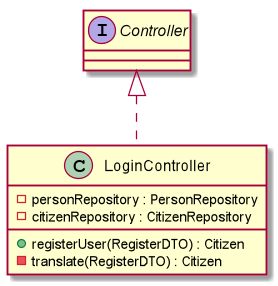
Earlier version of the PlantUML export docs/LaTeX/figures/ControllerClassDiagram.png (sskender/kombinacija).
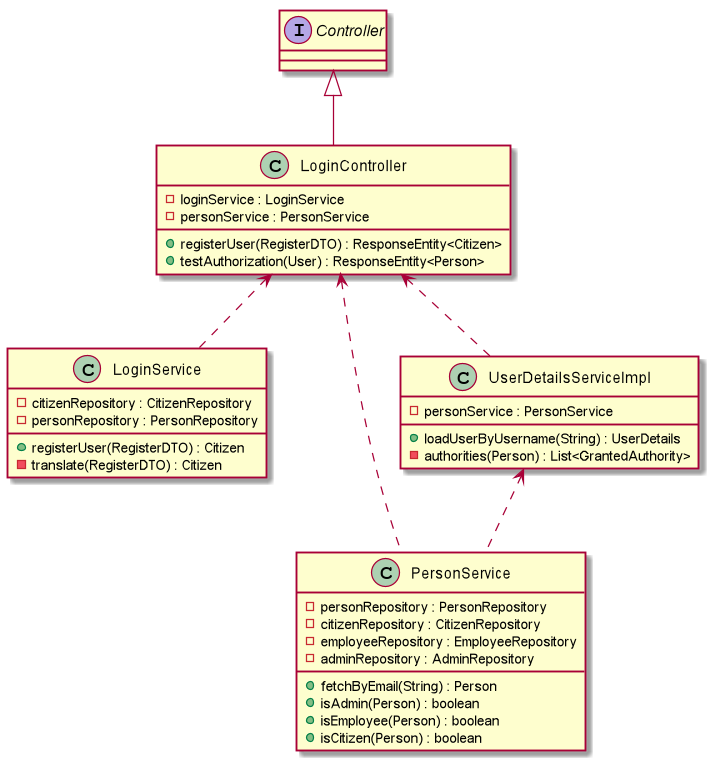
After the commit.

Diff of the diagram source:
```diff
@@ -1,10 +1,39 @@
 @startuml
 interface Controller
 class LoginController {
+    -loginService : LoginService
+    -personService : PersonService
+    +registerUser(RegisterDTO) : ResponseEntity<Citizen>
+    +testAuthorization(User) : ResponseEntity<Person>
+}
+Controller <|-- LoginController
+
+class LoginService {
+    -citizenRepository : CitizenRepository
     -personRepository : PersonRepository
-    -citizenRepository : CitizenRepository
     +registerUser(RegisterDTO) : Citizen
     -translate(RegisterDTO) : Citizen
 }
-Controller <|.. LoginController
+
+class PersonService {
+    -personRepository : PersonRepository
+    -citizenRepository : CitizenRepository
+    -employeeRepository : EmployeeRepository
+    -adminRepository : AdminRepository
+    +fetchByEmail(String) : Person
+    +isAdmin(Person) : boolean
+    +isEmployee(Person) : boolean
+    +isCitizen(Person) : boolean
+}
+
+class UserDetailsServiceImpl {
+    -personService : PersonService
+    +loadUserByUsername(String) : UserDetails
+    -authorities(Person) : List<GrantedAuthority>
+}
+
+UserDetailsServiceImpl <.. PersonService
+LoginController <.. UserDetailsServiceImpl
+LoginController <.. PersonService
+LoginController <.. LoginService
 @enduml
```
